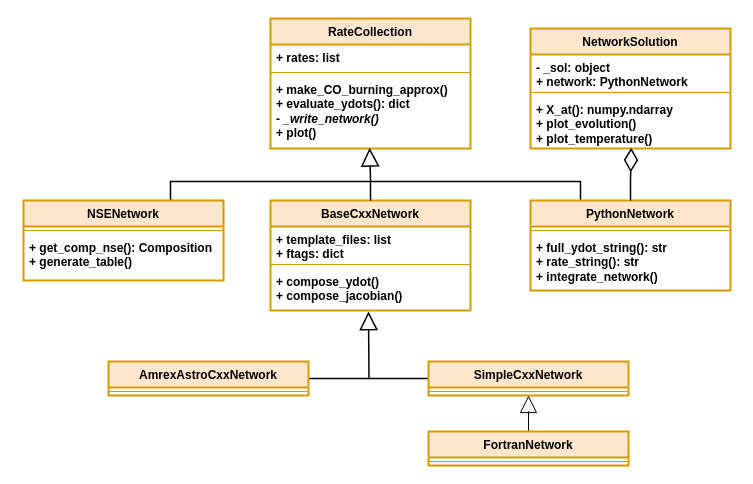
This is uml-diagrams/ratecollection.drawio from pynucastro/pynucastro3.0-paper-notebooks, a draw.io file, before an edit. Source tidied: cells renumbered, new cells numbered last; positions are measured from the earlier drawing's top-left corner, leaving out a move shared by most shapes. Both pictures are drawn from the tidied source at 100%, with x=0, y=0 at pixel (23, 18).
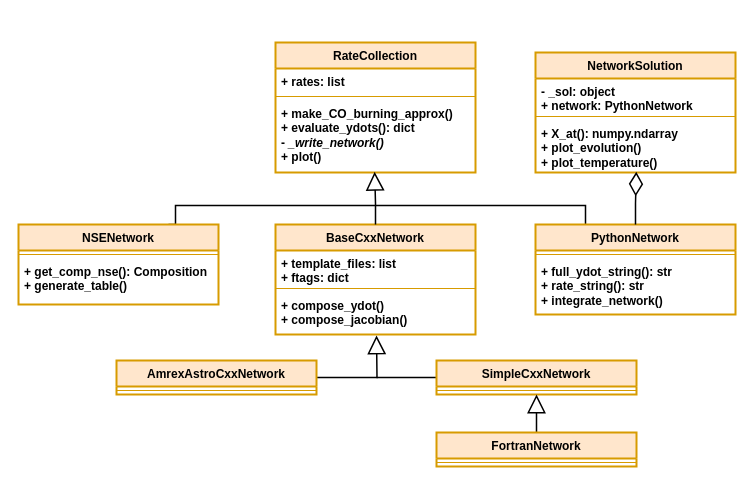
Above is the later version.

Diff of the diagram source:
```diff
@@
     <mxCell id="2" value="RateCollection" style="swimlane;fontStyle=1;align=center;verticalAlign=top;horizontal=1;startSize=26;rounded=0;strokeColor=#d79b00;strokeWidth=2;swimlaneFillColor=none;fontFamily=Helvetica;fontSize=12;fontColor=default;fillColor=#ffe6cc;whiteSpace=wrap;html=1;" parent="1" vertex="1">
-      <mxGeometry x="247" width="200" height="130" as="geometry" />
+      <mxGeometry x="252" y="24" width="200" height="130" as="geometry" />
     </mxCell>
@@
     <mxCell id="6" style="edgeStyle=orthogonalEdgeStyle;rounded=0;jettySize=auto;html=1;exitX=0.75;exitY=0;exitDx=0;exitDy=0;fontFamily=Helvetica;fontSize=12;fontColor=default;fontStyle=1;horizontal=1;endArrow=none;endFill=0;strokeWidth=1.5;" parent="1" edge="1" source="7">
       <mxGeometry relative="1" as="geometry">
-        <mxPoint x="347" y="163" as="targetPoint" />
+        <mxPoint x="352" y="187" as="targetPoint" />
         <Array as="points">
-          <mxPoint x="147" y="182" />
-          <mxPoint x="147" y="163" />
+          <mxPoint x="152" y="206" />
+          <mxPoint x="152" y="187" />
         </Array>
       </mxGeometry>
     </mxCell>
     <mxCell id="7" value="NSENetwork" style="swimlane;fontStyle=1;align=center;verticalAlign=top;horizontal=1;startSize=26;rounded=0;strokeColor=#d79b00;strokeWidth=2;swimlaneFillColor=none;fontFamily=Helvetica;fontSize=12;fontColor=default;fillColor=#ffe6cc;whiteSpace=wrap;html=1;" parent="1" vertex="1">
-      <mxGeometry y="182" width="200" height="80" as="geometry" />
+      <mxGeometry x="-5" y="206" width="200" height="80" as="geometry" />
     </mxCell>
@@
     <mxCell id="10" value="BaseCxxNetwork" style="swimlane;fontStyle=1;align=center;verticalAlign=top;horizontal=1;startSize=26;rounded=0;strokeColor=#d79b00;strokeWidth=2;swimlaneFillColor=none;fontFamily=Helvetica;fontSize=12;fontColor=default;fillColor=#ffe6cc;whiteSpace=wrap;html=1;" parent="1" vertex="1">
-      <mxGeometry x="247" y="182" width="200" height="110" as="geometry" />
+      <mxGeometry x="252" y="206" width="200" height="110" as="geometry" />
     </mxCell>
@@
     <mxCell id="14" style="edgeStyle=orthogonalEdgeStyle;rounded=0;jettySize=auto;html=1;exitX=0.25;exitY=0;exitDx=0;exitDy=0;fontFamily=Helvetica;fontSize=12;fontColor=default;fontStyle=1;horizontal=1;endArrow=none;endFill=0;strokeWidth=1.5;" parent="1" edge="1" source="15">
       <mxGeometry relative="1" as="geometry">
-        <mxPoint x="347" y="163" as="targetPoint" />
+        <mxPoint x="352" y="187" as="targetPoint" />
         <Array as="points">
-          <mxPoint x="557" y="163" />
+          <mxPoint x="562" y="187" />
         </Array>
       </mxGeometry>
     </mxCell>
     <mxCell id="15" value="PythonNetwork" style="swimlane;fontStyle=1;align=center;verticalAlign=top;horizontal=1;startSize=26;rounded=0;strokeColor=#d79b00;strokeWidth=2;swimlaneFillColor=none;fontFamily=Helvetica;fontSize=12;fontColor=default;fillColor=#ffe6cc;whiteSpace=wrap;html=1;" parent="1" vertex="1">
-      <mxGeometry x="507" y="182" width="200" height="90" as="geometry" />
+      <mxGeometry x="512" y="206" width="200" height="90" as="geometry" />
     </mxCell>
@@
     <mxCell id="18" style="edgeStyle=orthogonalEdgeStyle;rounded=0;jettySize=auto;html=1;fontFamily=Helvetica;fontSize=12;fontColor=default;fontStyle=1;horizontal=1;endArrow=block;endFill=0;strokeWidth=1.5;endSize=15;" parent="1" edge="1" source="19">
       <mxGeometry relative="1" as="geometry">
-        <mxPoint x="345" y="293" as="targetPoint" />
+        <mxPoint x="353" y="317" as="targetPoint" />
       </mxGeometry>
     </mxCell>
     <mxCell id="19" value="AmrexAstroCxxNetwork" style="swimlane;fontStyle=1;align=center;verticalAlign=top;horizontal=1;startSize=26;rounded=0;strokeColor=#d79b00;strokeWidth=2;swimlaneFillColor=none;fontFamily=Helvetica;fontSize=12;fontColor=default;fillColor=#ffe6cc;whiteSpace=wrap;html=1;" parent="1" vertex="1">
-      <mxGeometry x="85" y="343" width="200" height="34" as="geometry" />
+      <mxGeometry x="93" y="342" width="200" height="34" as="geometry" />
     </mxCell>
@@
     <mxCell id="21" style="edgeStyle=orthogonalEdgeStyle;rounded=0;jettySize=auto;html=1;fontFamily=Helvetica;fontSize=12;fontColor=default;fontStyle=1;horizontal=1;endArrow=none;endFill=0;strokeWidth=1.5;" parent="1" edge="1" source="22">
       <mxGeometry relative="1" as="geometry">
-        <mxPoint x="345" y="360" as="targetPoint" />
+        <mxPoint x="353" y="359" as="targetPoint" />
       </mxGeometry>
     </mxCell>
     <mxCell id="22" value="SimpleCxxNetwork" style="swimlane;fontStyle=1;align=center;verticalAlign=top;horizontal=1;startSize=26;rounded=0;strokeColor=#d79b00;strokeWidth=2;swimlaneFillColor=none;fontFamily=Helvetica;fontSize=12;fontColor=default;fillColor=#ffe6cc;whiteSpace=wrap;html=1;" parent="1" vertex="1">
-      <mxGeometry x="405" y="343" width="200" height="34" as="geometry" />
+      <mxGeometry x="413" y="342" width="200" height="34" as="geometry" />
     </mxCell>
@@
-    <mxCell id="24" style="edgeStyle=orthogonalEdgeStyle;rounded=0;jettySize=auto;html=1;entryX=0.5;entryY=1;entryDx=0;entryDy=0;fontFamily=Helvetica;fontSize=12;fontColor=default;fontStyle=1;horizontal=1;endArrow=block;endFill=0;endSize=15;" parent="1" edge="1" source="25" target="22">
+    <mxCell id="24" style="edgeStyle=orthogonalEdgeStyle;rounded=0;jettySize=auto;html=1;entryX=0.5;entryY=1;entryDx=0;entryDy=0;fontFamily=Helvetica;fontSize=12;fontColor=default;fontStyle=1;horizontal=1;endArrow=block;endFill=0;endSize=15;strokeWidth=1.5;" parent="1" edge="1" source="25" target="22">
       <mxGeometry relative="1" as="geometry" />
     </mxCell>
     <mxCell id="25" value="FortranNetwork" style="swimlane;fontStyle=1;align=center;verticalAlign=top;horizontal=1;startSize=26;rounded=0;strokeColor=#d79b00;strokeWidth=2;swimlaneFillColor=none;fontFamily=Helvetica;fontSize=12;fontColor=default;fillColor=#ffe6cc;whiteSpace=wrap;html=1;" parent="1" vertex="1">
-      <mxGeometry x="405" y="413" width="200" height="34" as="geometry" />
+      <mxGeometry x="413" y="414" width="200" height="34" as="geometry" />
     </mxCell>
@@
     <mxCell id="27" value="NetworkSolution" style="swimlane;fontStyle=1;align=center;verticalAlign=top;horizontal=1;startSize=26;rounded=0;strokeColor=#d79b00;strokeWidth=2;swimlaneFillColor=none;fontFamily=Helvetica;fontSize=12;fontColor=default;fillColor=#ffe6cc;whiteSpace=wrap;html=1;" parent="1" vertex="1">
-      <mxGeometry x="507" y="10" width="200" height="120" as="geometry" />
+      <mxGeometry x="512" y="34" width="200" height="120" as="geometry" />
     </mxCell>
```
